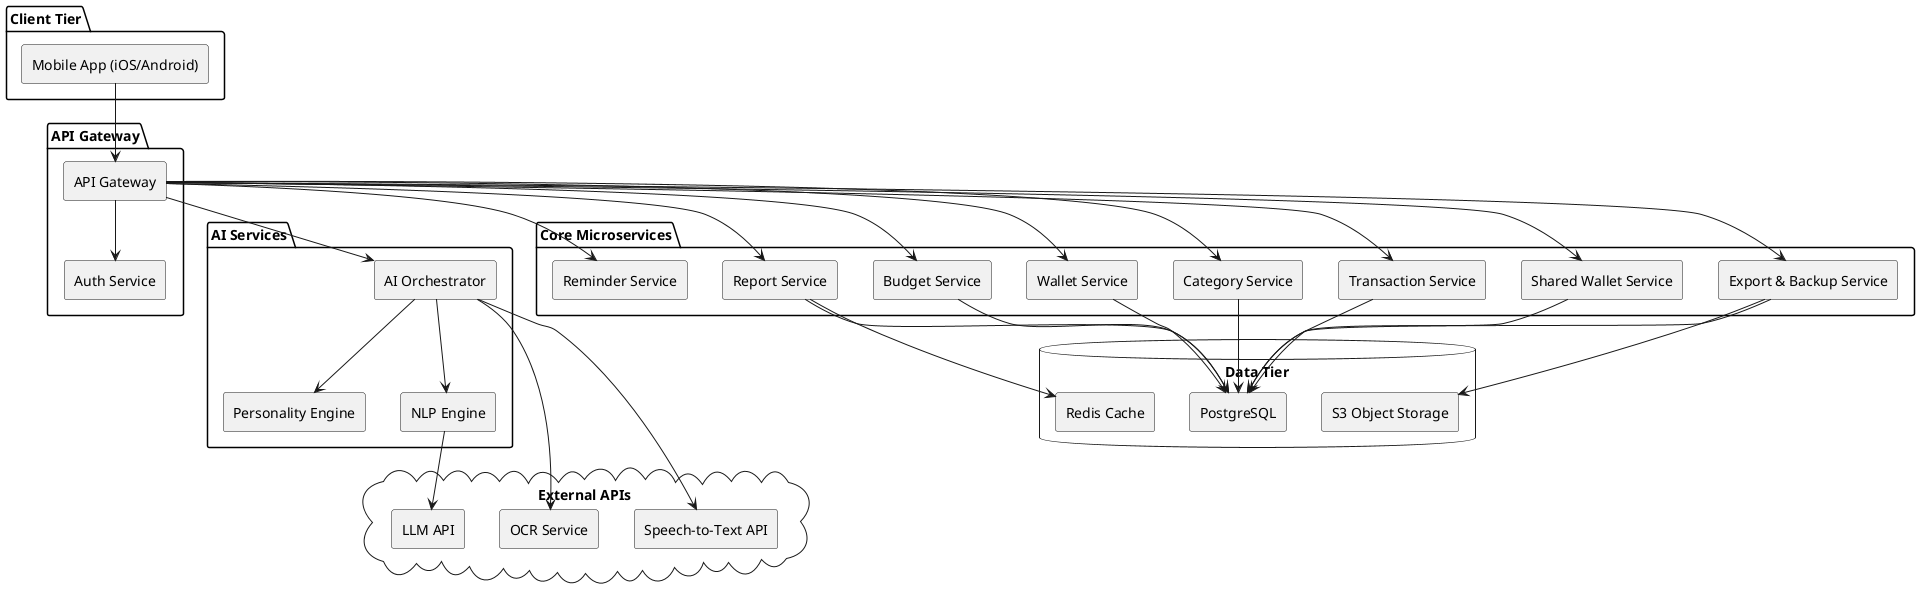
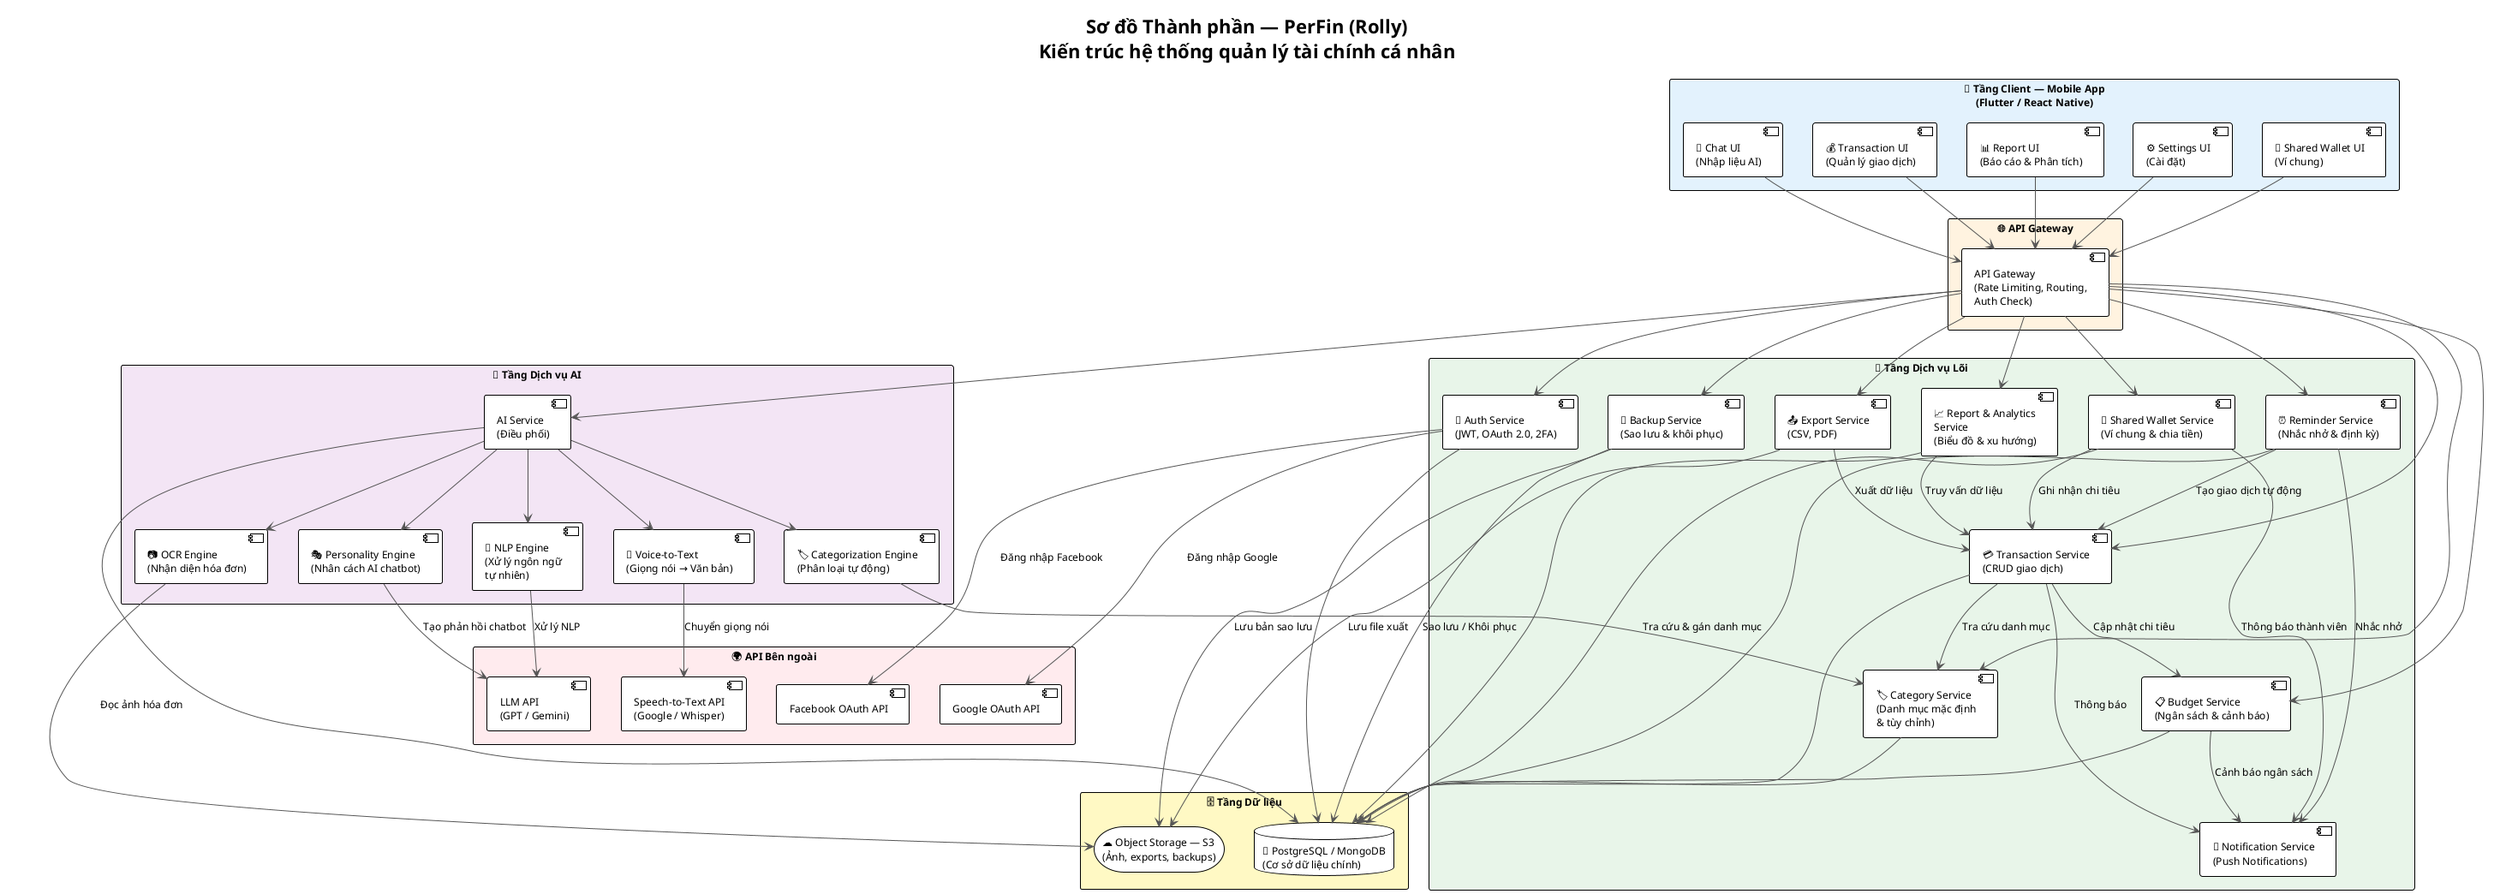
- @startuml
- skinparam componentStyle rectangle
+ @startuml component-diagram
+ !theme plain
+ title Sơ đồ Thành phần — PerFin (Rolly)\nKiến trúc hệ thống quản lý tài chính cá nhân

- package "Client Tier" {
-   [Mobile App (iOS/Android)] as App
+ skinparam componentStyle uml2
+ skinparam packageStyle rectangle
+ skinparam shadowing false
+ skinparam defaultFontSize 12
+ skinparam ArrowColor #555555
+ 
+ ' ===== TẦNG CLIENT =====
+ package "📱 Tầng Client — Mobile App\n(Flutter / React Native)" as ClientTier #E3F2FD {
+     component [💬 Chat UI\n(Nhập liệu AI)] as ChatUI
+     component [💰 Transaction UI\n(Quản lý giao dịch)] as TransactionUI
+     component [📊 Report UI\n(Báo cáo & Phân tích)] as ReportUI
+     component [⚙️ Settings UI\n(Cài đặt)] as SettingsUI
+     component [👥 Shared Wallet UI\n(Ví chung)] as SharedWalletUI
}

- package "API Gateway" {
-   [API Gateway] as Gateway
-   [Auth Service] as Auth
+ ' ===== API GATEWAY =====
+ package "🌐 API Gateway" as GatewayTier #FFF3E0 {
+     component [API Gateway\n(Rate Limiting, Routing,\nAuth Check)] as APIGateway
}

- package "Core Microservices" {
-   [Transaction Service] as TxSvc
-   [Category Service] as CatSvc
-   [Wallet Service] as WalletSvc
-   [Budget Service] as BudgetSvc
-   [Report Service] as ReportSvc
-   [Reminder Service] as ReminderSvc
-   [Shared Wallet Service] as SharedSvc
-   [Export & Backup Service] as ExportSvc
+ ' ===== TẦNG DỊCH VỤ LÕI =====
+ package "🔧 Tầng Dịch vụ Lõi" as CoreTier #E8F5E9 {
+     component [🔐 Auth Service\n(JWT, OAuth 2.0, 2FA)] as AuthService
+     component [💳 Transaction Service\n(CRUD giao dịch)] as TransactionService
+     component [🏷️ Category Service\n(Danh mục mặc định\n& tùy chỉnh)] as CategoryService
+     component [📋 Budget Service\n(Ngân sách & cảnh báo)] as BudgetService
+     component [⏰ Reminder Service\n(Nhắc nhở & định kỳ)] as ReminderService
+     component [👥 Shared Wallet Service\n(Ví chung & chia tiền)] as SharedWalletService
+     component [📤 Export Service\n(CSV, PDF)] as ExportService
+     component [💾 Backup Service\n(Sao lưu & khôi phục)] as BackupService
+     component [📈 Report & Analytics\nService\n(Biểu đồ & xu hướng)] as ReportService
+     component [🔔 Notification Service\n(Push Notifications)] as NotificationService
}

- package "AI Services" {
-   [AI Orchestrator] as AIGateway
-   [NLP Engine] as NLP
-   [Personality Engine] as Persona
+ ' ===== TẦNG AI =====
+ package "🤖 Tầng Dịch vụ AI" as AITier #F3E5F5 {
+     component [AI Service\n(Điều phối)] as AIService
+     component [🧠 NLP Engine\n(Xử lý ngôn ngữ\ntự nhiên)] as NLPEngine
+     component [📷 OCR Engine\n(Nhận diện hóa đơn)] as OCREngine
+     component [🎤 Voice-to-Text\n(Giọng nói → Văn bản)] as VoiceToText
+     component [🏷️ Categorization Engine\n(Phân loại tự động)] as CategorizationEngine
+     component [🎭 Personality Engine\n(Nhân cách AI chatbot)] as PersonalityEngine
}

- cloud "External APIs" {
-   [LLM API] as LLM
-   [Speech-to-Text API] as STT
-   [OCR Service] as OCR
+ ' ===== TẦNG DỮ LIỆU =====
+ package "🗄️ Tầng Dữ liệu" as DataTier #FFF9C4 {
+     database "🐘 PostgreSQL / MongoDB\n(Cơ sở dữ liệu chính)" as Database
+     storage "☁️ Object Storage — S3\n(Ảnh, exports, backups)" as ObjectStorage
}

- database "Data Tier" {
-   [PostgreSQL] as DB
-   [Redis Cache] as Cache
-   [S3 Object Storage] as S3
+ ' ===== API BÊN NGOÀI =====
+ package "🌍 API Bên ngoài" as ExternalTier #FFEBEE {
+     component [Google OAuth API] as GoogleOAuth
+     component [Facebook OAuth API] as FacebookOAuth
+     component [LLM API\n(GPT / Gemini)] as LLMAPI
+     component [Speech-to-Text API\n(Google / Whisper)] as SpeechAPI
}

- App --> Gateway
- Gateway --> Auth
- Gateway --> TxSvc
- Gateway --> CatSvc
- Gateway --> WalletSvc
- Gateway --> BudgetSvc
- Gateway --> ReportSvc
- Gateway --> ReminderSvc
- Gateway --> SharedSvc
- Gateway --> ExportSvc
- Gateway --> AIGateway
+ ' ===== KẾT NỐI CLIENT → GATEWAY =====
+ ChatUI --> APIGateway
+ TransactionUI --> APIGateway
+ ReportUI --> APIGateway
+ SettingsUI --> APIGateway
+ SharedWalletUI --> APIGateway

- AIGateway --> NLP
- AIGateway --> Persona
- NLP --> LLM
- AIGateway --> STT
- AIGateway --> OCR
+ ' ===== GATEWAY → CORE SERVICES =====
+ APIGateway --> AuthService
+ APIGateway --> TransactionService
+ APIGateway --> CategoryService
+ APIGateway --> BudgetService
+ APIGateway --> ReminderService
+ APIGateway --> SharedWalletService
+ APIGateway --> ExportService
+ APIGateway --> BackupService
+ APIGateway --> ReportService
+ APIGateway --> AIService

- TxSvc --> DB
- CatSvc --> DB
- WalletSvc --> DB
- BudgetSvc --> DB
- SharedSvc --> DB
- ReportSvc --> Cache
- ReportSvc --> DB
- ExportSvc --> S3
- ExportSvc --> DB
+ ' ===== AI SERVICE → SUB-ENGINES =====
+ AIService --> NLPEngine
+ AIService --> OCREngine
+ AIService --> VoiceToText
+ AIService --> CategorizationEngine
+ AIService --> PersonalityEngine
+ 
+ ' ===== LIÊN KẾT GIỮA CÁC DỊCH VỤ =====
+ TransactionService --> CategoryService : Tra cứu danh mục
+ TransactionService --> BudgetService : Cập nhật chi tiêu
+ TransactionService --> NotificationService : Thông báo
+ BudgetService --> NotificationService : Cảnh báo ngân sách
+ ReminderService --> TransactionService : Tạo giao dịch tự động
+ ReminderService --> NotificationService : Nhắc nhở
+ SharedWalletService --> TransactionService : Ghi nhận chi tiêu
+ SharedWalletService --> NotificationService : Thông báo thành viên
+ ReportService --> TransactionService : Truy vấn dữ liệu
+ ExportService --> TransactionService : Xuất dữ liệu
+ CategorizationEngine --> CategoryService : Tra cứu & gán danh mục
+ 
+ ' ===== SERVICES → DATA TIER =====
+ TransactionService --> Database
+ CategoryService --> Database
+ BudgetService --> Database
+ ReminderService --> Database
+ SharedWalletService --> Database
+ AuthService --> Database
+ ReportService --> Database
+ AIService --> Database
+ ExportService --> ObjectStorage : Lưu file xuất
+ BackupService --> ObjectStorage : Lưu bản sao lưu
+ BackupService --> Database : Sao lưu / Khôi phục
+ OCREngine --> ObjectStorage : Đọc ảnh hóa đơn
+ 
+ ' ===== EXTERNAL API CONNECTIONS =====
+ AuthService --> GoogleOAuth : Đăng nhập Google
+ AuthService --> FacebookOAuth : Đăng nhập Facebook
+ NLPEngine --> LLMAPI : Xử lý NLP
+ PersonalityEngine --> LLMAPI : Tạo phản hồi chatbot
+ VoiceToText --> SpeechAPI : Chuyển giọng nói

@enduml
